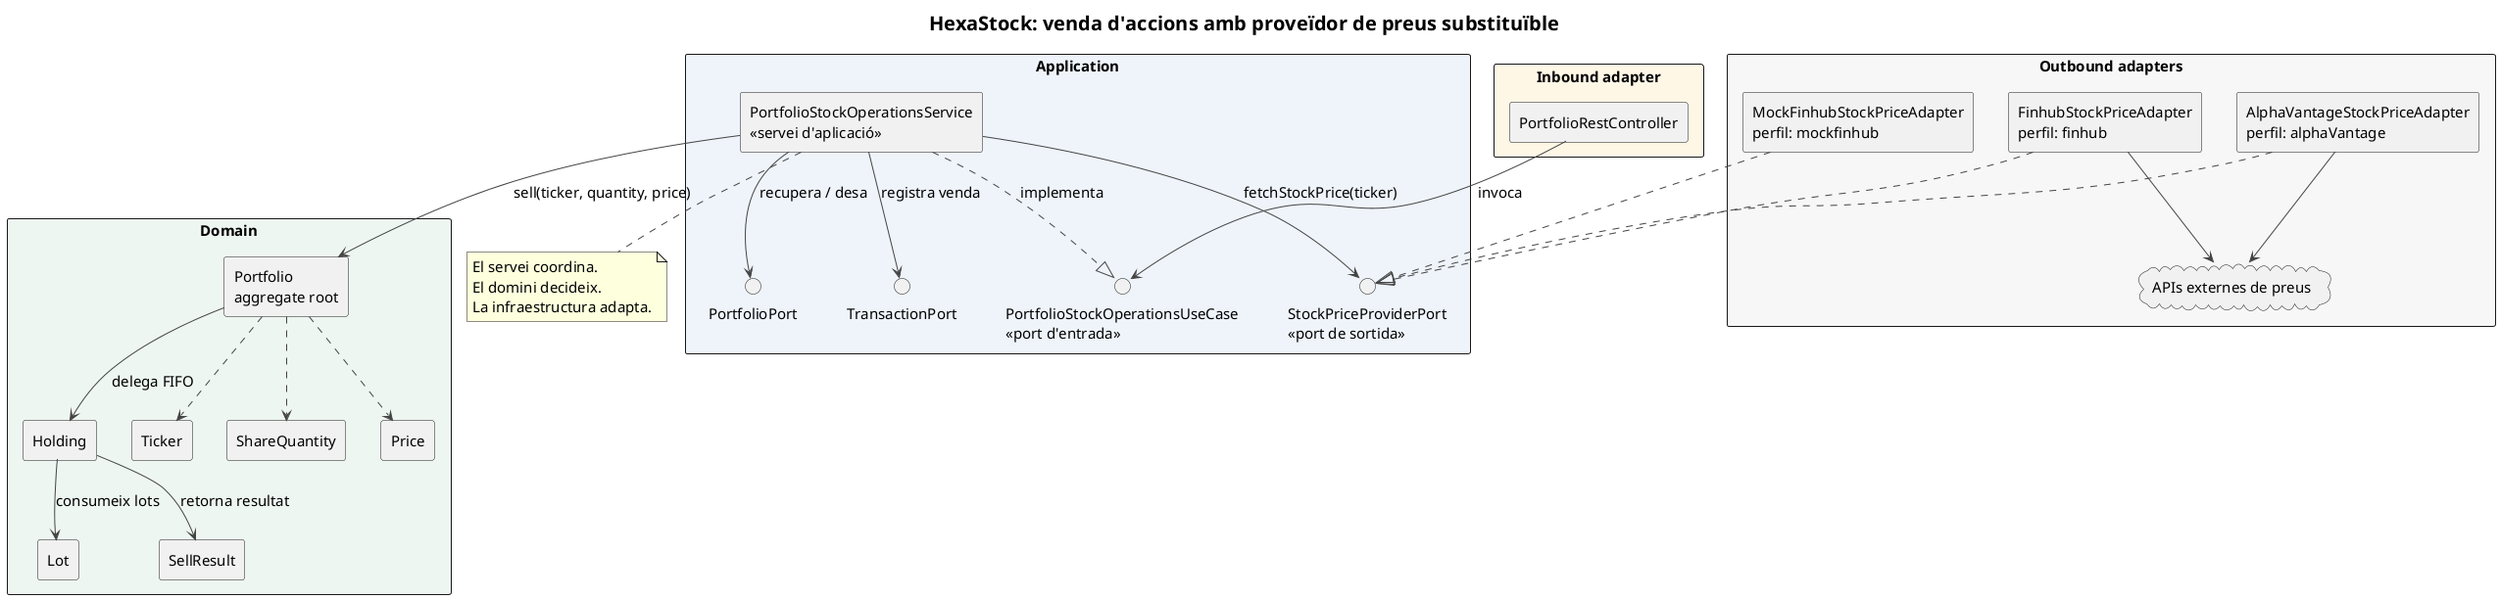
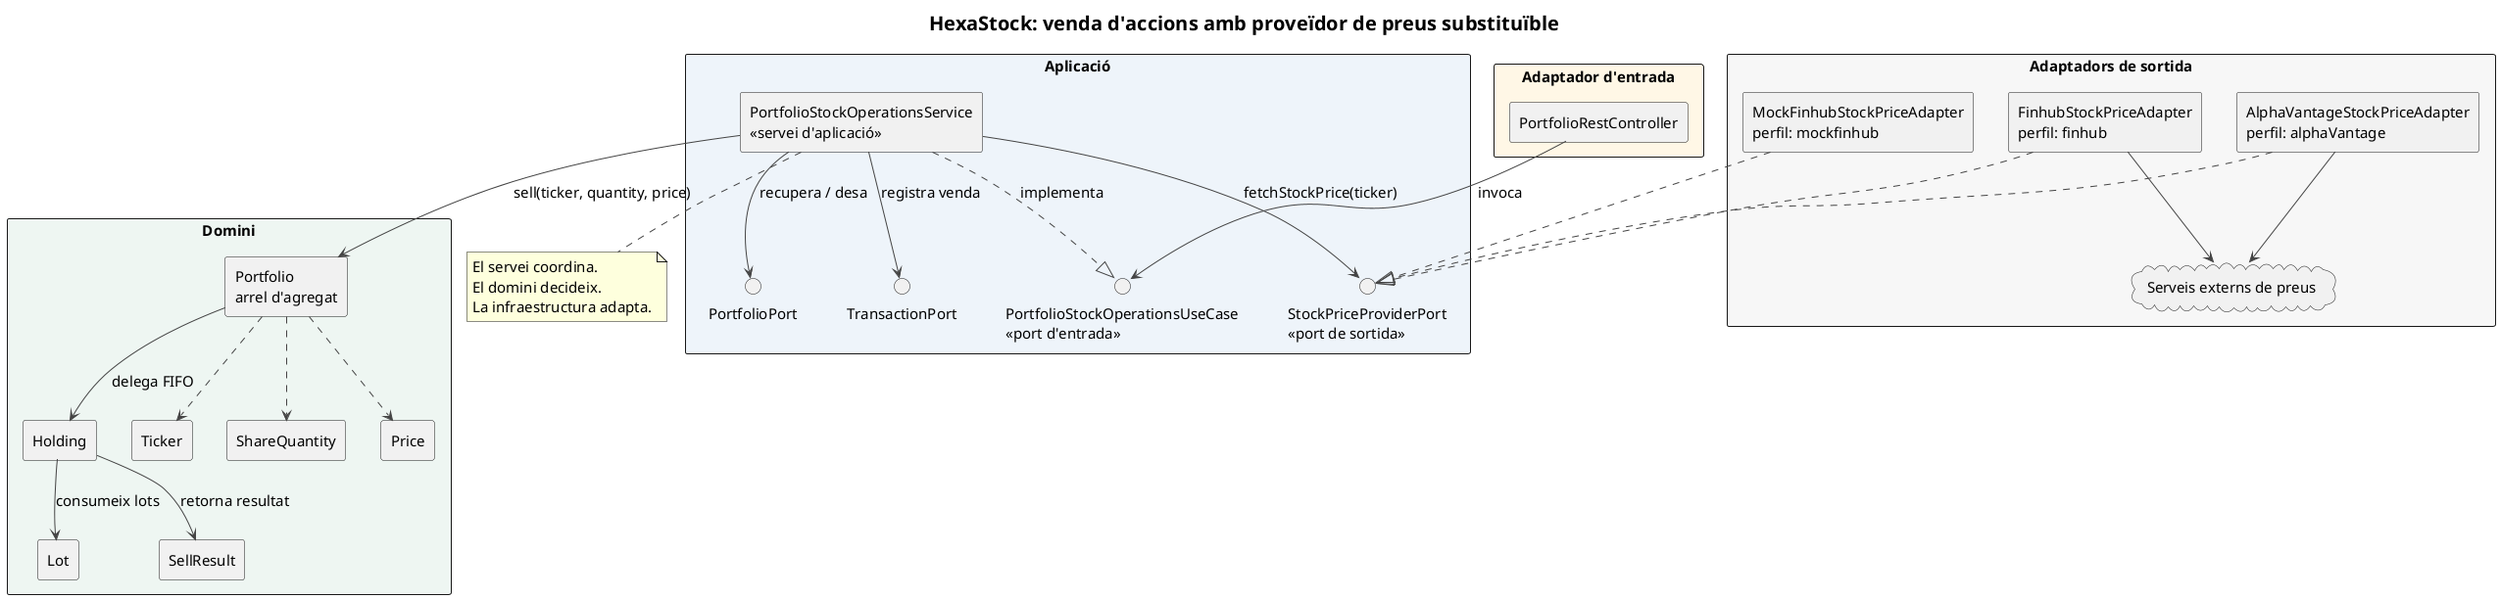
@startuml
title HexaStock: venda d'accions amb proveïdor de preus substituïble

skinparam backgroundColor #FFFFFF
skinparam shadowing false
skinparam defaultFontName Arial
skinparam defaultFontSize 15
skinparam titleFontSize 20
skinparam componentStyle rectangle
skinparam packageStyle rectangle
skinparam ArrowColor #444444

- package "Inbound adapter" as IN #FFF7E6 {
+ package "Adaptador d'entrada" as IN #FFF7E6 {
  component "PortfolioRestController" as REST
}

- package "Application" as APP #EEF4FA {
+ package "Aplicació" as APP #EEF4FA {
  interface "PortfolioStockOperationsUseCase\n<<port d'entrada>>" as INPORT
  component "PortfolioStockOperationsService\n<<servei d'aplicació>>" as SERVICE
  interface "StockPriceProviderPort\n<<port de sortida>>" as PRICEPORT
  interface "PortfolioPort" as PORTFOLIOPORT
  interface "TransactionPort" as TXPORT
}

- package "Domain" as DOM #EEF6F2 {
-   component "Portfolio\naggregate root" as PORTFOLIO
+ package "Domini" as DOM #EEF6F2 {
+   component "Portfolio\narrel d'agregat" as PORTFOLIO
  component "Holding" as HOLDING
  component "Lot" as LOT
  component "SellResult" as SELLRESULT
  component "Ticker" as TICKER
  component "ShareQuantity" as QTY
  component "Price" as PRICE
}

- package "Outbound adapters" as OUT #F7F7F7 {
+ package "Adaptadors de sortida" as OUT #F7F7F7 {
  component "FinhubStockPriceAdapter\nperfil: finhub" as FINHUB
  component "AlphaVantageStockPriceAdapter\nperfil: alphaVantage" as ALPHA
  component "MockFinhubStockPriceAdapter\nperfil: mockfinhub" as MOCK
-   cloud "APIs externes de preus" as API
+   cloud "Serveis externs de preus" as API
}

REST --> INPORT : invoca
SERVICE ..|> INPORT : implementa
SERVICE --> PRICEPORT : fetchStockPrice(ticker)
SERVICE --> PORTFOLIOPORT : recupera / desa
SERVICE --> TXPORT : registra venda
SERVICE --> PORTFOLIO : sell(ticker, quantity, price)

PORTFOLIO --> HOLDING : delega FIFO
HOLDING --> LOT : consumeix lots
HOLDING --> SELLRESULT : retorna resultat
PORTFOLIO ..> TICKER
PORTFOLIO ..> QTY
PORTFOLIO ..> PRICE

FINHUB ..|> PRICEPORT
ALPHA ..|> PRICEPORT
MOCK ..|> PRICEPORT
FINHUB --> API
ALPHA --> API

note bottom of SERVICE
  El servei coordina.
  El domini decideix.
  La infraestructura adapta.
end note
@enduml
